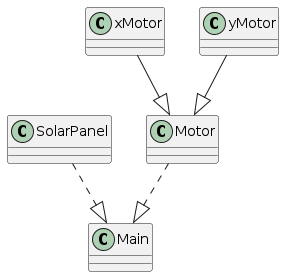
Before: diagrams/class_diagram.png, a diagram exported from PlantUML (Charlemagne44/ARSP_Prototype).
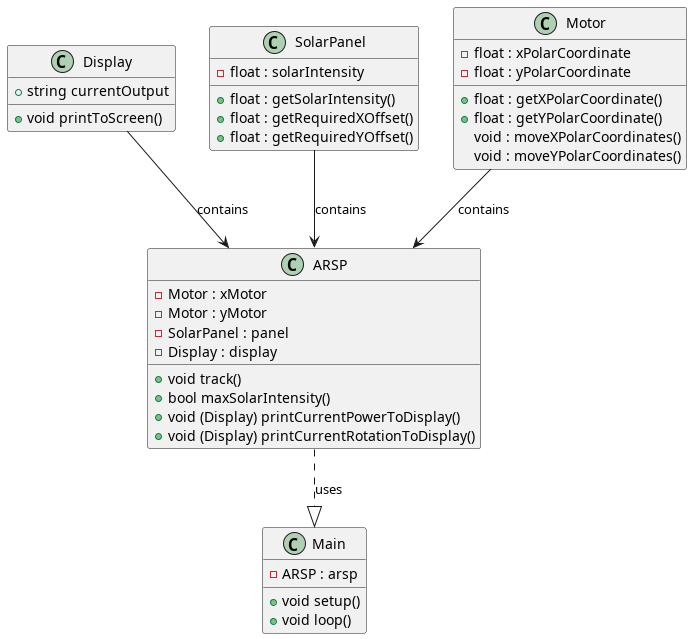
After the change.

Commit message:
updated class and sequence diagrams

The edit, as a diff of the source:
```diff
@@ -1,12 +1,46 @@
 @startuml class_diagram
 class Main
+class ARSP
+class Display
 class SolarPanel
 class Motor
-class xMotor
-class yMotor
 
-SolarPanel ..|> Main
-xMotor --|> Motor
-yMotor --|> Motor
-Motor ..|> Main
+ARSP ..|> Main : uses
+Motor --> ARSP : contains
+SolarPanel --> ARSP : contains
+Display --> ARSP : contains
+
+Main : +void setup()
+Main : +void loop()
+
+Display : +void printToScreen()
+
+SolarPanel : +float : getSolarIntensity()
+SolarPanel : +float : getRequiredXOffset()
+SolarPanel : +float : getRequiredYOffset()
+
+Motor : +float : getXPolarCoordinate()
+Motor : +float : getYPolarCoordinate()
+Motor : void : moveXPolarCoordinates()
+Motor : void : moveYPolarCoordinates()
+
+ARSP : +void track()
+ARSP : +bool maxSolarIntensity()
+ARSP : +void (Display) printCurrentPowerToDisplay()
+ARSP : +void (Display) printCurrentRotationToDisplay()
+
+Main : -ARSP : arsp
+
+Display : +string currentOutput
+
+Motor : -float : xPolarCoordinate
+Motor : -float : yPolarCoordinate
+
+SolarPanel : -float : solarIntensity
+
+ARSP : -Motor : xMotor
+ARSP : -Motor : yMotor
+ARSP : -SolarPanel : panel
+ARSP : -Display : display
+
 @enduml
```
